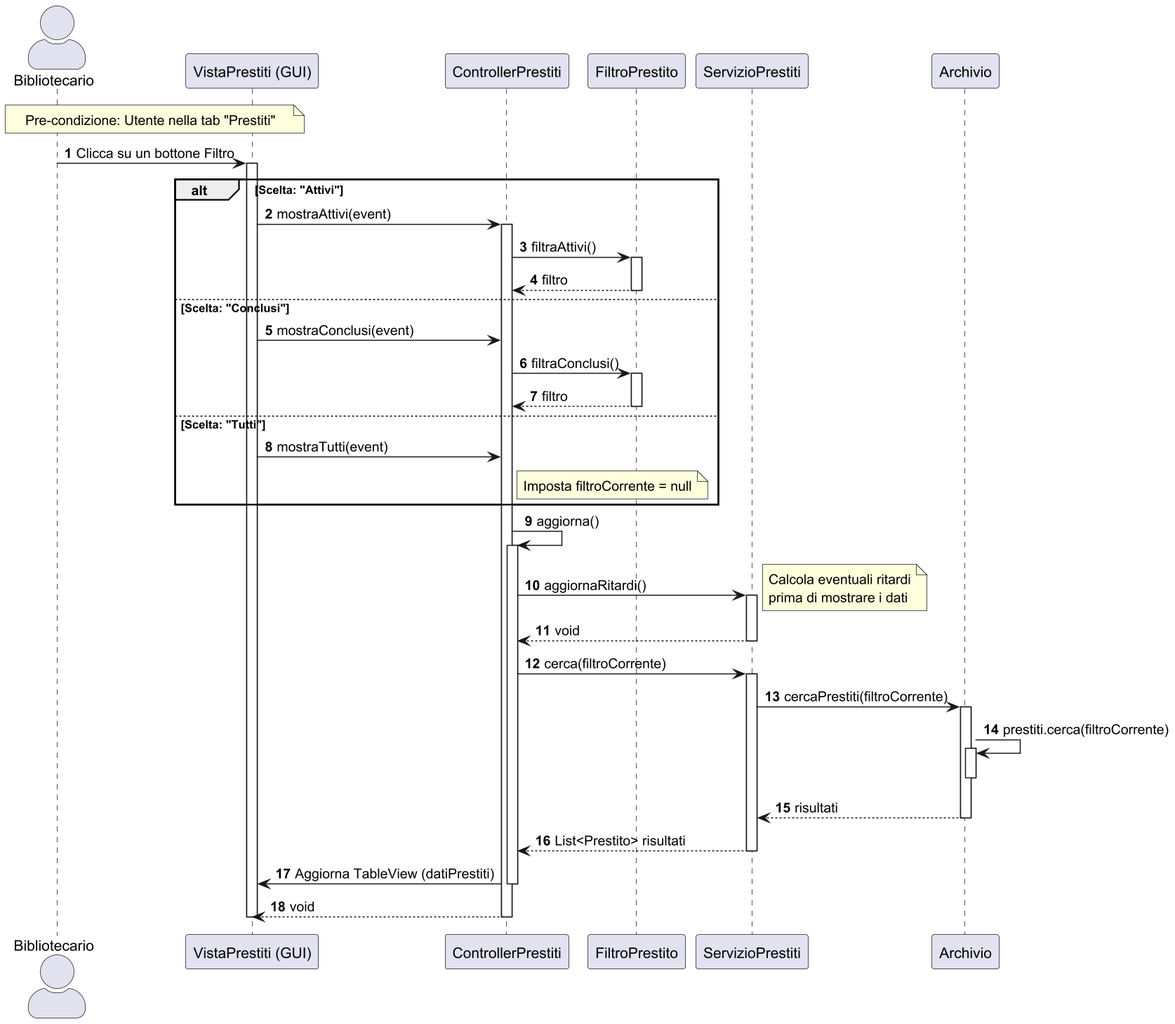
This is docs/Design/Diagrammi di sequenza/UC12.png from digregoriomario/bibliosoft, a PlantUML export, as it was before one commit.
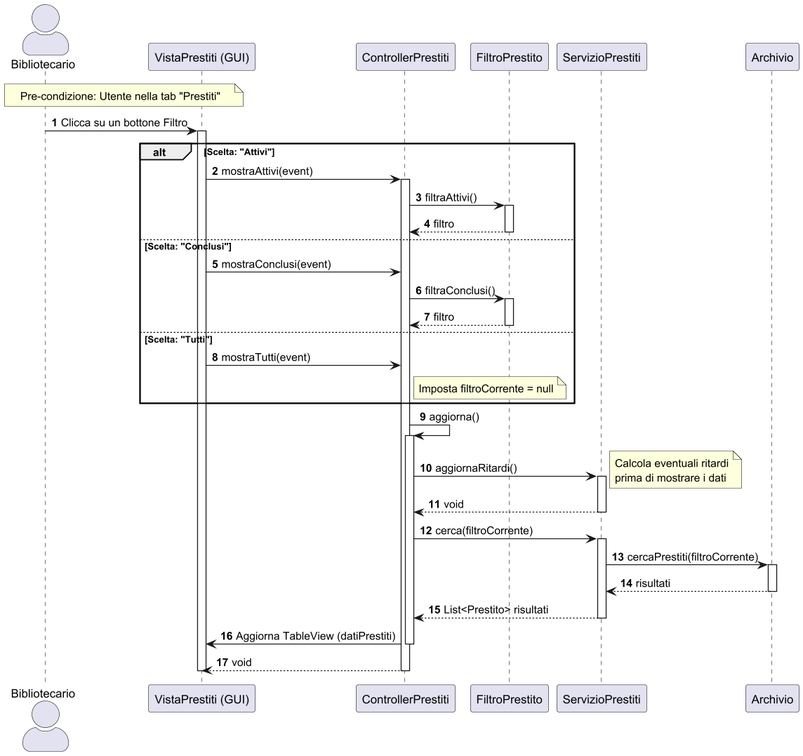
The same diagram one commit later.

Diff of the diagram source:
```diff
@@ -1,5 +1,5 @@
 @startuml
-scale 1.5
+scale 2
 skinparam actorStyle awesome
 autonumber
 
@@ -50,10 +50,6 @@
             SP -> ARC : cercaPrestiti(filtroCorrente)
             activate ARC
 
-            ARC -> ARC : prestiti.cerca(filtroCorrente)
-            activate ARC
-            deactivate ARC
-
             ARC --> SP : risultati
             deactivate ARC
 
```
